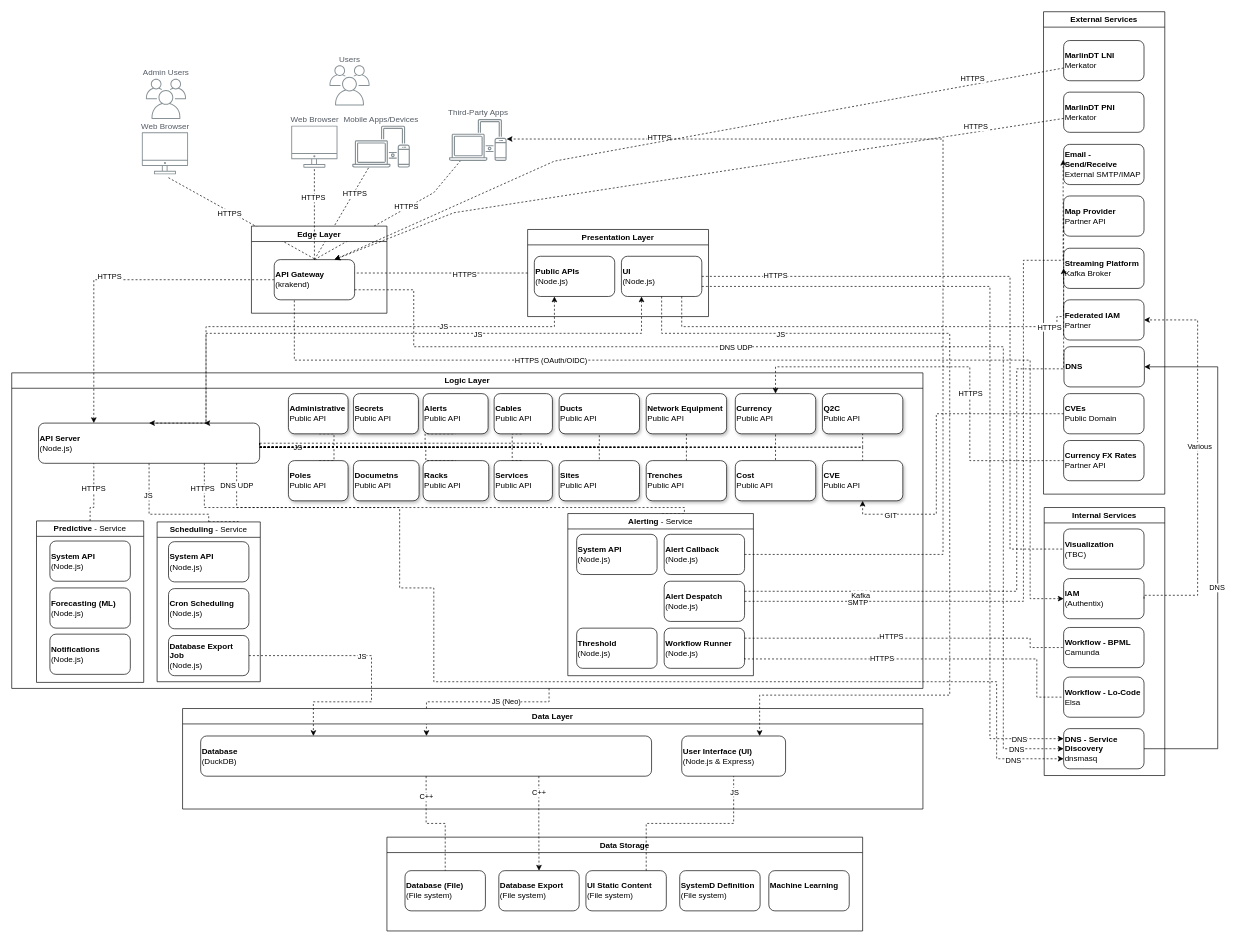
Earlier version of the draw.io diagram page "Integration" (5 of 10) of docs/architecture/mni-architectures.drawio (leecowdrey/NI). Source tidied: cells renumbered, new cells numbered last; positions are measured from the earlier drawing's top-left corner, leaving out a move shared by most shapes. Both pictures are drawn from the tidied source at 67%, with x=0, y=0 at pixel (11, 11).
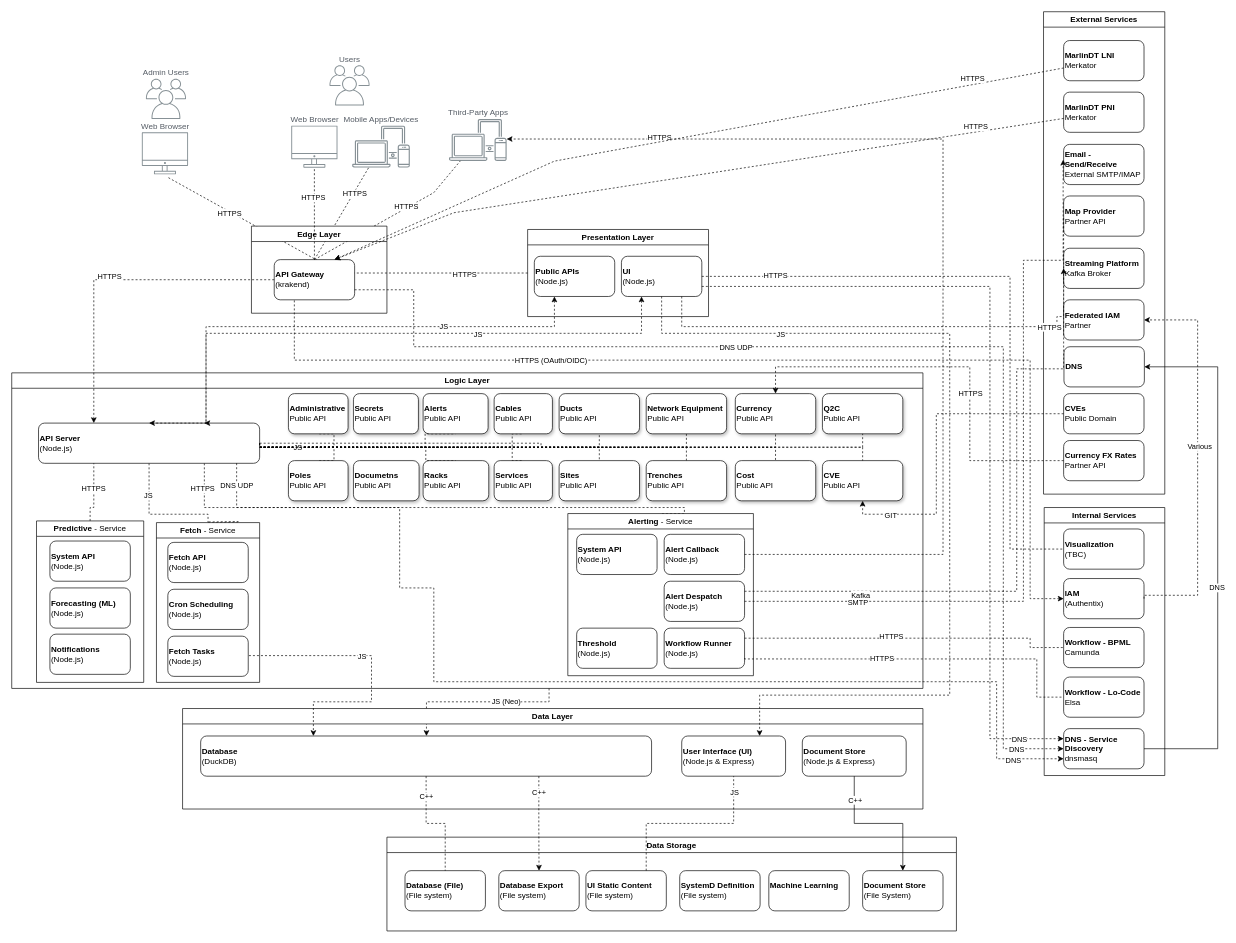
The same page after the edit.

Unchanged cells that the change refers to:
```xml
<mxCell id="26" value="Logic Layer" style="swimlane;whiteSpace=wrap;html=1;" parent="1" vertex="1">
  <mxGeometry y="539" width="1360" height="471" as="geometry" />
</mxCell>
<mxCell id="42" value="&lt;div style=&quot;font-family: Catamaran;&quot;&gt;&lt;b style=&quot;background-color: initial; color: light-dark(rgb(0, 0, 0), rgb(255, 255, 255));&quot;&gt;API Server&lt;/b&gt;&lt;br&gt;&lt;/div&gt;&lt;div style=&quot;font-family: Catamaran;&quot;&gt;&lt;span style=&quot;background-color: initial;&quot;&gt;(Node.js)&lt;/span&gt;&lt;/div&gt;" style="rounded=1;whiteSpace=wrap;html=1;align=left;" parent="26" vertex="1">
  <mxGeometry x="40" y="75" width="330" height="60" as="geometry" />
</mxCell>
<mxCell id="90" value="Data Layer" style="swimlane;whiteSpace=wrap;html=1;" parent="1" vertex="1">
  <mxGeometry x="255" y="1040" width="1105" height="150" as="geometry" />
</mxCell>
<mxCell id="91" value="&lt;b&gt;Database&lt;/b&gt;&lt;div&gt;(DuckDB)&lt;/div&gt;" style="rounded=1;whiteSpace=wrap;html=1;align=left;" parent="90" vertex="1">
  <mxGeometry x="27" y="41" width="673" height="60" as="geometry" />
</mxCell>
```

Change to the diagram source:
```diff
@@
-    <mxCell id="29" style="edgeStyle=orthogonalEdgeStyle;rounded=0;jettySize=auto;html=1;entryX=0.5;entryY=0;entryDx=0;entryDy=0;exitX=0.5;exitY=1;exitDx=0;exitDy=0;dashed=1;endArrow=none;startFill=0;" parent="26" edge="1" source="42" target="56">
+    <mxCell id="29" style="edgeStyle=orthogonalEdgeStyle;rounded=0;jettySize=auto;html=1;entryX=0.5;entryY=0;entryDx=0;entryDy=0;exitX=0.5;exitY=1;exitDx=0;exitDy=0;dashed=1;endArrow=none;startFill=0;" parent="26" edge="1" source="42" target="156">
       <mxGeometry relative="1" as="geometry">
         <Array as="points">
           <mxPoint x="205" y="211" />
-          <mxPoint x="294" y="211" />
+          <mxPoint x="293" y="211" />
         </Array>
       </mxGeometry>
     </mxCell>
@@
-    <mxCell id="49" style="endArrow=none;html=1;rounded=0;dashed=1;entryX=0.5;entryY=1;entryDx=0;entryDy=0;exitX=0.5;exitY=0;exitDx=0;exitDy=0;" parent="26" edge="1" source="56">
+    <mxCell id="49" style="endArrow=none;html=1;rounded=0;dashed=1;entryX=0.5;entryY=1;entryDx=0;entryDy=0;exitX=0.5;exitY=0;exitDx=0;exitDy=0;" parent="26" edge="1">
       <mxGeometry relative="1" as="geometry">
+        <mxPoint x="294" y="222.5" as="sourcePoint" />
         <mxPoint x="338.5" y="222" as="targetPoint" />
       </mxGeometry>
     </mxCell>
@@
-    <mxCell id="56" value="Scheduling&lt;span style=&quot;font-weight: normal;&quot;&gt; - Service&lt;/span&gt;" style="swimlane;whiteSpace=wrap;html=1;" parent="26" vertex="1">
-      <mxGeometry x="217" y="222.5" width="154" height="238.5" as="geometry" />
-    </mxCell>
-    <mxCell id="57" value="&lt;b&gt;Cron Scheduling&lt;/b&gt;&lt;br&gt;(Node.js)" style="rounded=1;whiteSpace=wrap;html=1;align=left;" parent="56" vertex="1">
-      <mxGeometry x="17" y="99.5" width="120" height="60" as="geometry" />
-    </mxCell>
-    <mxCell id="58" value="&lt;b&gt;Database Export Job&lt;/b&gt;&lt;br&gt;(Node.js)" style="rounded=1;whiteSpace=wrap;html=1;align=left;" parent="56" vertex="1">
-      <mxGeometry x="17" y="169.5" width="120" height="60" as="geometry" />
-    </mxCell>
-    <mxCell id="59" value="&lt;b&gt;System API&lt;/b&gt;&lt;div&gt;(Node.js)&lt;/div&gt;" style="rounded=1;whiteSpace=wrap;html=1;align=left;" parent="56" vertex="1">
-      <mxGeometry x="17" y="29.5" width="120" height="60" as="geometry" />
-    </mxCell>
@@
+    <mxCell id="155" style="endArrow=none;html=1;rounded=0;dashed=1;entryX=0.5;entryY=1;entryDx=0;entryDy=0;exitX=0.5;exitY=0;exitDx=0;exitDy=0;" parent="26" edge="1" source="156">
+      <mxGeometry relative="1" as="geometry">
+        <mxPoint x="337.5" y="223" as="targetPoint" />
+      </mxGeometry>
+    </mxCell>
+    <mxCell id="156" value="Fetch&lt;span style=&quot;font-weight: normal;&quot;&gt; - Service&lt;/span&gt;" style="swimlane;whiteSpace=wrap;html=1;" parent="26" vertex="1">
+      <mxGeometry x="216" y="223.5" width="154" height="238.5" as="geometry" />
+    </mxCell>
+    <mxCell id="57" value="&lt;b&gt;Cron Scheduling&lt;/b&gt;&lt;br&gt;(Node.js)" style="rounded=1;whiteSpace=wrap;html=1;align=left;" parent="156" vertex="1">
+      <mxGeometry x="17" y="99.5" width="120" height="60" as="geometry" />
+    </mxCell>
+    <mxCell id="157" value="&lt;b&gt;Fetch Tasks&lt;/b&gt;&lt;br&gt;(Node.js)" style="rounded=1;whiteSpace=wrap;html=1;align=left;" parent="156" vertex="1">
+      <mxGeometry x="17" y="169.5" width="120" height="60" as="geometry" />
+    </mxCell>
+    <mxCell id="158" value="&lt;b&gt;Fetch API&lt;/b&gt;&lt;div&gt;(Node.js)&lt;/div&gt;" style="rounded=1;whiteSpace=wrap;html=1;align=left;" parent="156" vertex="1">
+      <mxGeometry x="17" y="29.5" width="120" height="60" as="geometry" />
+    </mxCell>
@@
+    <mxCell id="159" value="&lt;b&gt;Document Store&lt;/b&gt;&lt;div&gt;(Node.js &amp;amp; Express)&lt;/div&gt;" style="rounded=1;whiteSpace=wrap;html=1;align=left;" parent="90" vertex="1">
+      <mxGeometry x="925" y="41" width="155" height="60" as="geometry" />
+    </mxCell>
     <mxCell id="93" value="Data Storage" style="swimlane;whiteSpace=wrap;html=1;" parent="1" vertex="1">
-      <mxGeometry x="560" y="1232" width="710" height="140" as="geometry" />
+      <mxGeometry x="560" y="1232" width="850" height="140" as="geometry" />
     </mxCell>
@@
+    <mxCell id="160" value="&lt;div&gt;&lt;b&gt;Document Store&lt;/b&gt;&lt;/div&gt;&lt;div&gt;(File System)&lt;/div&gt;" style="rounded=1;whiteSpace=wrap;html=1;align=left;" parent="93" vertex="1">
+      <mxGeometry x="710" y="50" width="120" height="60" as="geometry" />
+    </mxCell>
@@
-    <mxCell id="132" style="edgeStyle=orthogonalEdgeStyle;rounded=0;jettySize=auto;html=1;entryX=0.25;entryY=0;entryDx=0;entryDy=0;dashed=1;" parent="1" edge="1" source="58" target="91">
+    <mxCell id="132" style="edgeStyle=orthogonalEdgeStyle;rounded=0;jettySize=auto;html=1;entryX=0.25;entryY=0;entryDx=0;entryDy=0;dashed=1;" parent="1" edge="1" target="91">
       <mxGeometry relative="1" as="geometry">
+        <mxPoint x="354" y="961" as="sourcePoint" />
         <Array as="points">
           <mxPoint x="537" y="1030" />
           <mxPoint x="450" y="1030" />
         </Array>
       </mxGeometry>
     </mxCell>
@@
+    <mxCell id="161" style="edgeStyle=orthogonalEdgeStyle;rounded=0;jettySize=auto;html=1;" parent="1" edge="1" source="159" target="160">
+      <mxGeometry relative="1" as="geometry" />
+    </mxCell>
+    <mxCell id="162" value="C++" style="edgeLabel;html=1;align=center;verticalAlign=middle;" parent="161" vertex="1">
+      <mxGeometry x="-0.67" y="1" relative="1" as="geometry" />
+    </mxCell>
```
